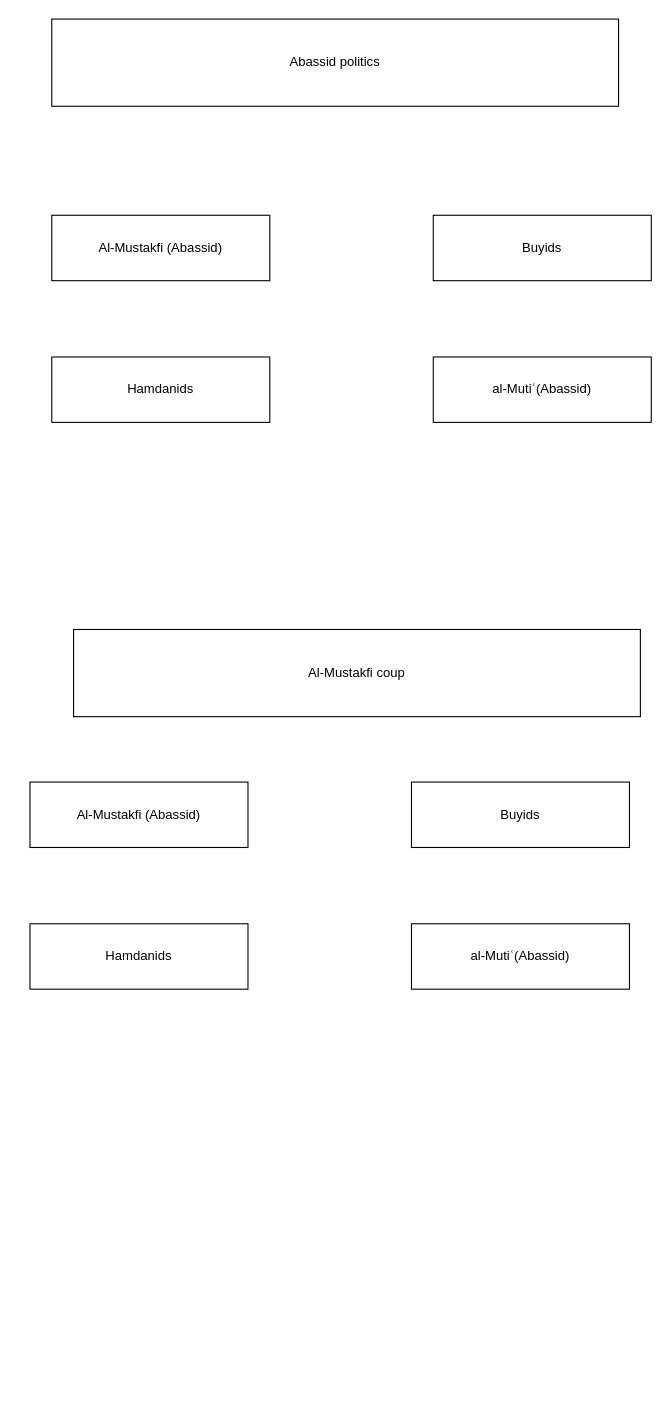
Before: page "Al-Mustakfī bi-ʾllāh" (36 of 49) of Islam Groupings.drawio in azryzdy/hobbies, a draw.io diagram. Source tidied: cells renumbered, new cells numbered last; positions are measured from the earlier drawing's top-left corner, leaving out a move shared by most shapes. Both pictures are drawn from the tidied source at 109%, with x=0, y=0 at pixel (29, 19).
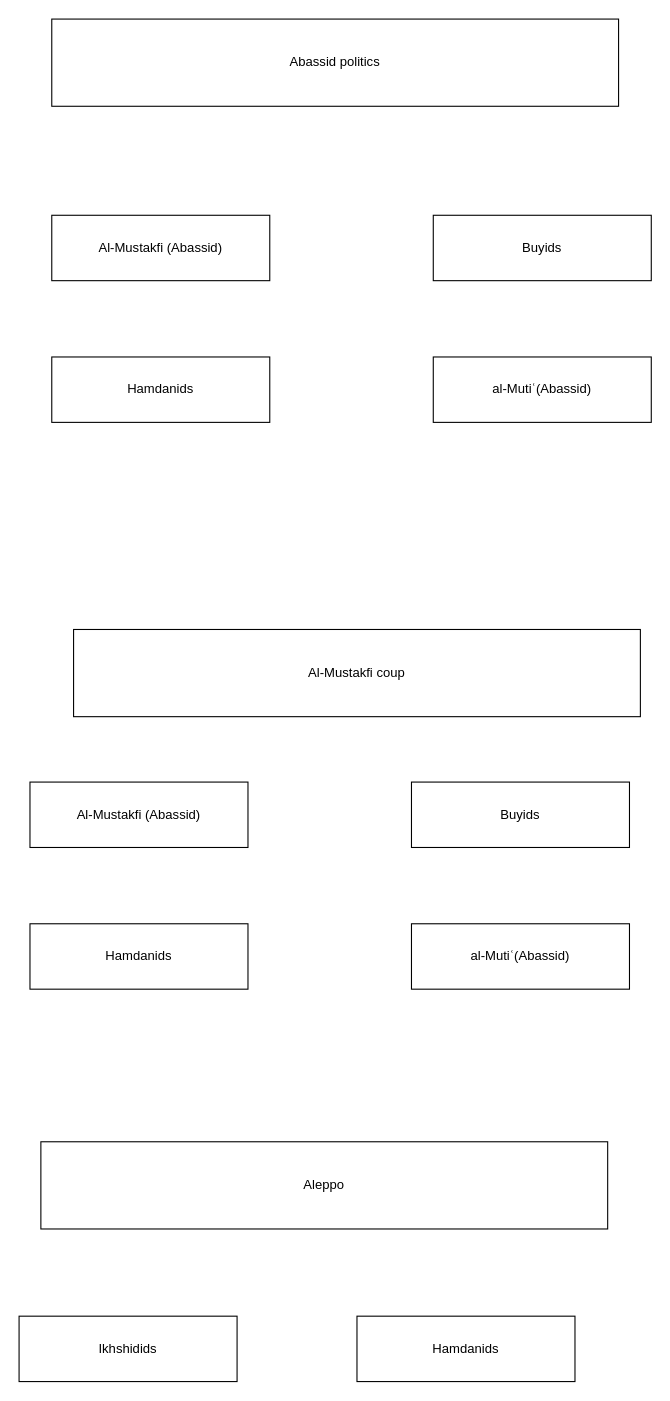
The same page after the edit.

Diff of the diagram source:
```diff
@@
 <mxGraphModel>
   <root>
     <mxCell id="0" />
     <mxCell id="1" parent="0" />
     <mxCell id="2" value="Abassid politics" style="rounded=0;whiteSpace=wrap;html=1;" parent="1" vertex="1">
       <mxGeometry x="20" width="520" height="80" as="geometry" />
     </mxCell>
     <mxCell id="3" value="Buyids " style="rounded=0;whiteSpace=wrap;html=1;" parent="1" vertex="1">
       <mxGeometry x="370" y="180" width="200" height="60" as="geometry" />
     </mxCell>
     <mxCell id="4" value="Al-Mustakfi (Abassid) " style="rounded=0;whiteSpace=wrap;html=1;" parent="1" vertex="1">
       <mxGeometry x="20" y="180" width="200" height="60" as="geometry" />
     </mxCell>
     <mxCell id="5" value="Hamdanids " style="rounded=0;whiteSpace=wrap;html=1;" parent="1" vertex="1">
       <mxGeometry x="20" y="310" width="200" height="60" as="geometry" />
     </mxCell>
     <mxCell id="6" value="al-Mutiʿ(Abassid)" style="rounded=0;whiteSpace=wrap;html=1;" parent="1" vertex="1">
       <mxGeometry x="370" y="310" width="200" height="60" as="geometry" />
     </mxCell>
     <mxCell id="7" value="Buyids " style="rounded=0;whiteSpace=wrap;html=1;" parent="1" vertex="1">
       <mxGeometry x="350" y="700" width="200" height="60" as="geometry" />
     </mxCell>
     <mxCell id="8" value="Al-Mustakfi (Abassid) " style="rounded=0;whiteSpace=wrap;html=1;" parent="1" vertex="1">
       <mxGeometry y="700" width="200" height="60" as="geometry" />
     </mxCell>
     <mxCell id="9" value="Hamdanids " style="rounded=0;whiteSpace=wrap;html=1;" parent="1" vertex="1">
       <mxGeometry y="830" width="200" height="60" as="geometry" />
     </mxCell>
     <mxCell id="10" value="al-Mutiʿ(Abassid)" style="rounded=0;whiteSpace=wrap;html=1;" parent="1" vertex="1">
       <mxGeometry x="350" y="830" width="200" height="60" as="geometry" />
     </mxCell>
     <mxCell id="11" value="Al-Mustakfi coup" style="rounded=0;whiteSpace=wrap;html=1;" parent="1" vertex="1">
       <mxGeometry x="40" y="560" width="520" height="80" as="geometry" />
     </mxCell>
+    <mxCell id="12" value="Aleppo" style="rounded=0;whiteSpace=wrap;html=1;" parent="1" vertex="1">
+      <mxGeometry x="10" y="1030" width="520" height="80" as="geometry" />
+    </mxCell>
+    <mxCell id="13" value="Hamdanids " style="rounded=0;whiteSpace=wrap;html=1;" parent="1" vertex="1">
+      <mxGeometry x="300" y="1190" width="200" height="60" as="geometry" />
+    </mxCell>
+    <mxCell id="14" value="Ikhshidids " style="rounded=0;whiteSpace=wrap;html=1;" parent="1" vertex="1">
+      <mxGeometry x="-10" y="1190" width="200" height="60" as="geometry" />
+    </mxCell>
   </root>
 </mxGraphModel>
```
